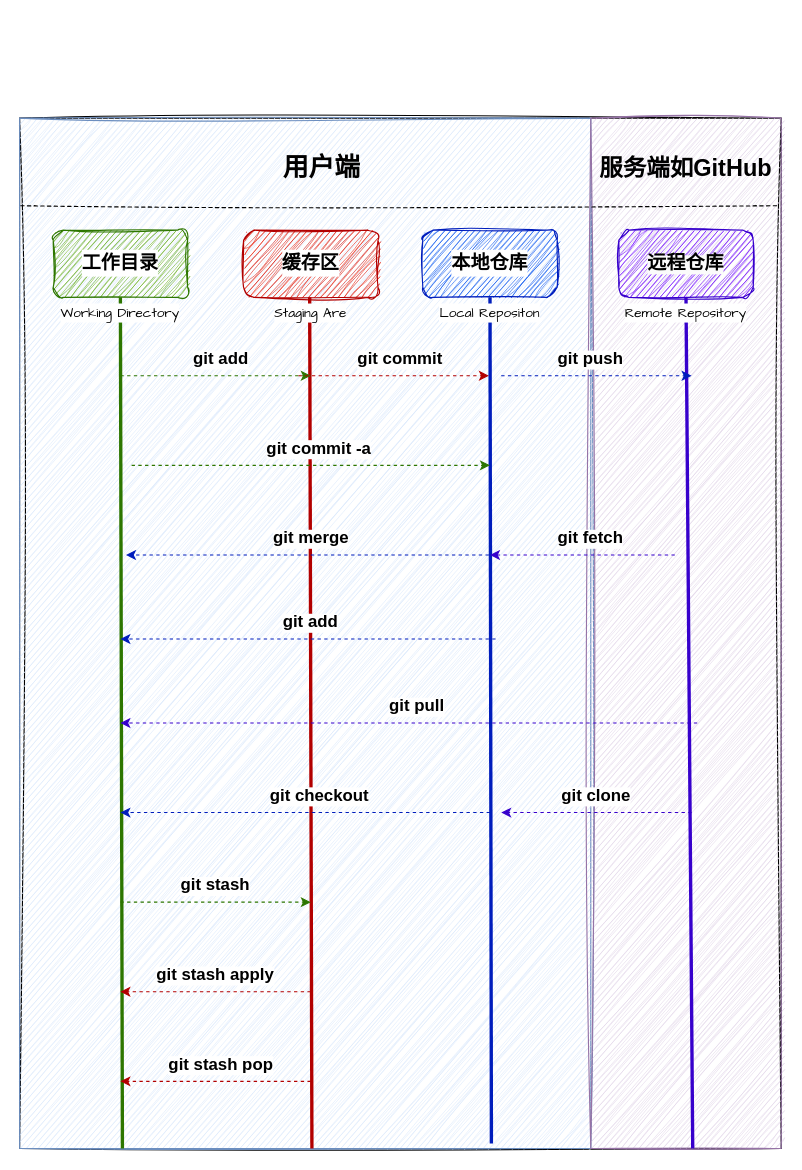
This is image-text/图解Git工作原理.drawio from Rodert/javapub_oss, a draw.io file, before an edit. Source tidied: cells renumbered, new cells numbered last; positions are measured from the earlier drawing's top-left corner, leaving out a move shared by most shapes. Both pictures are drawn from the tidied source at 112%, with x=0, y=0 at pixel (19, 118).
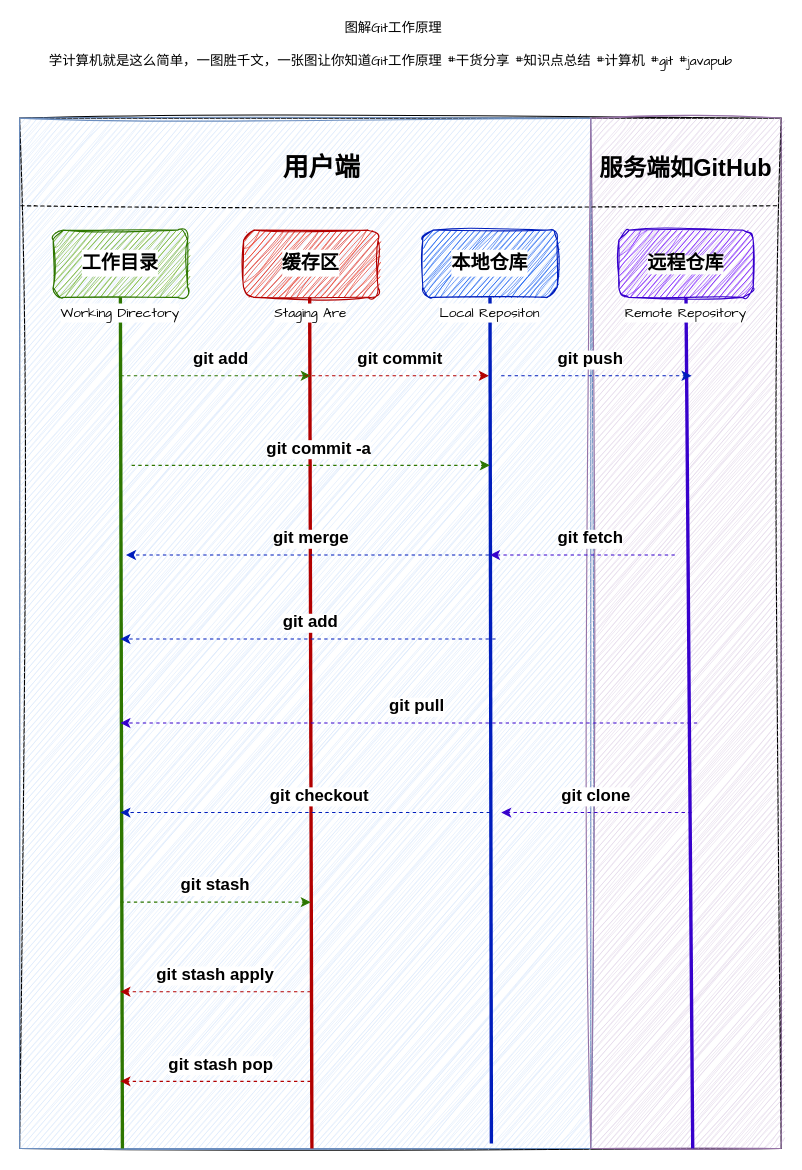
Above is the later version.

Commit message:
更新图解Git工作原理.drawio

Change to the diagram source:
```diff
@@
+    <mxCell id="49" value="图解Git工作原理&lt;div&gt;&lt;br&gt;学计算机就是这么简单，一图胜千文，一张图让你知道Git工作原理 #干货分享 #知识点总结 #计算机 #git #javapub&amp;nbsp;&lt;/div&gt;" style="text;html=1;align=center;verticalAlign=middle;whiteSpace=wrap;rounded=0;fontFamily=Architects Daughter;" parent="1" vertex="1">
+      <mxGeometry x="4" y="-80" width="660" height="30" as="geometry" />
+    </mxCell>
```
